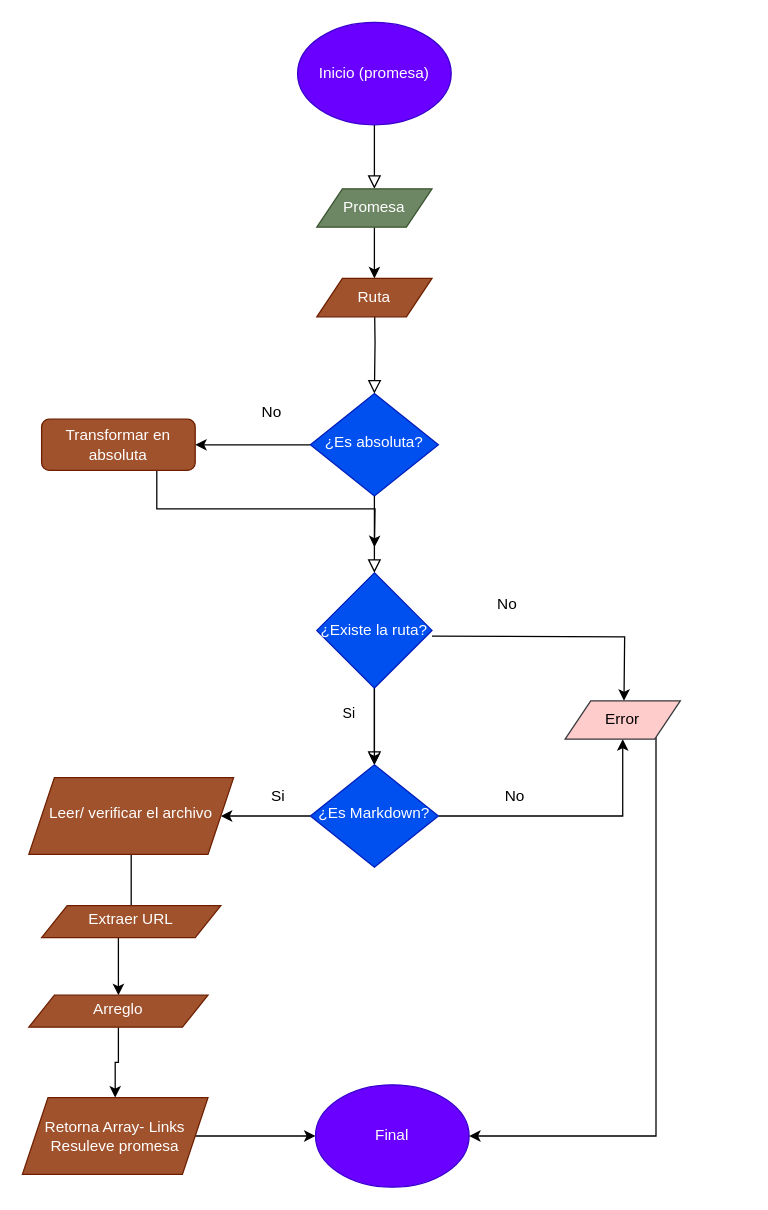
Earlier version of the draw.io diagram Diagrama sin título.drawio (LorenaBarr/DEV010-md-links). Source tidied: cells renumbered, new cells numbered last; positions are measured from the earlier drawing's top-left corner, leaving out a move shared by most shapes. Both pictures are drawn from the tidied source at 128%, with x=0, y=0 at pixel (22, 22).
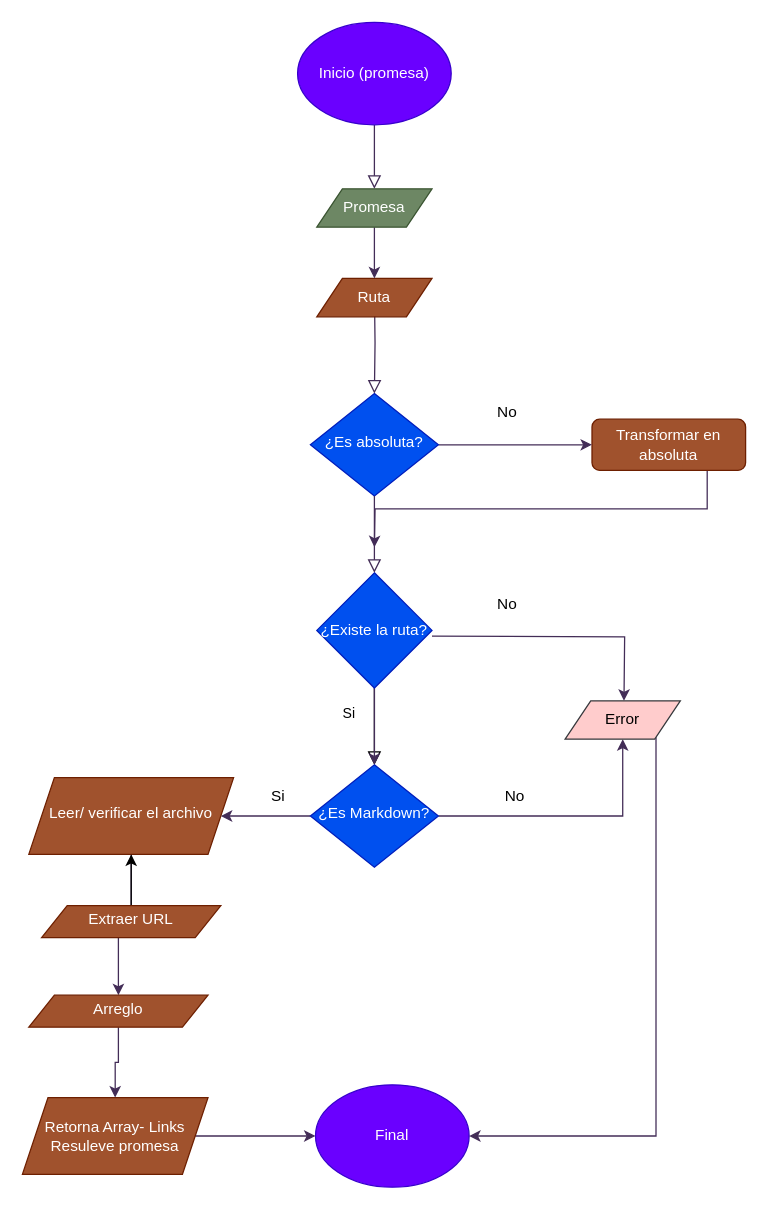
After the change.

Unchanged cells that the change refers to:
```xml
<mxCell id="8" value="¿Es absoluta?" style="rhombus;whiteSpace=wrap;html=1;shadow=0;fontFamily=Helvetica;fontSize=12;align=center;strokeWidth=1;spacing=6;spacingTop=-4;fillColor=#0050ef;fontColor=#ffffff;strokeColor=#001DBC;" parent="1" vertex="1">
  <mxGeometry x="225" y="290" width="100" height="80" as="geometry" />
</mxCell>
<mxCell id="12" value="¿Es Markdown?" style="rhombus;whiteSpace=wrap;html=1;shadow=0;fontFamily=Helvetica;fontSize=12;align=center;strokeWidth=1;spacing=6;spacingTop=-4;fillColor=#0050ef;fontColor=#ffffff;strokeColor=#001DBC;" parent="1" vertex="1">
  <mxGeometry x="225" y="580" width="100" height="80" as="geometry" />
</mxCell>
<mxCell id="14" value="Leer/ verificar el archivo" style="shape=parallelogram;perimeter=parallelogramPerimeter;whiteSpace=wrap;html=1;fixedSize=1;shadow=0;strokeWidth=1;spacing=6;spacingTop=-4;rounded=0;fillColor=#a0522d;fontColor=#ffffff;strokeColor=#6D1F00;" parent="1" vertex="1">
  <mxGeometry x="5" y="590" width="160" height="60" as="geometry" />
</mxCell>
<mxCell id="16" value="Retorna Array- Links&lt;br&gt;Resuleve promesa" style="shape=parallelogram;perimeter=parallelogramPerimeter;whiteSpace=wrap;html=1;fixedSize=1;fillColor=#a0522d;fontColor=#ffffff;strokeColor=#6D1F00;" parent="1" vertex="1">
  <mxGeometry y="840" width="145" height="60" as="geometry" />
</mxCell>
<mxCell id="18" value="Ruta" style="shape=parallelogram;perimeter=parallelogramPerimeter;whiteSpace=wrap;html=1;fixedSize=1;fillColor=#a0522d;fontColor=#ffffff;strokeColor=#6D1F00;" parent="1" vertex="1">
  <mxGeometry x="230" y="200" width="90" height="30" as="geometry" />
</mxCell>
<mxCell id="19" value="Final" style="ellipse;whiteSpace=wrap;html=1;fillColor=#6a00ff;fontColor=#ffffff;strokeColor=#3700CC;" parent="1" vertex="1">
  <mxGeometry x="229" y="830" width="120" height="80" as="geometry" />
</mxCell>
<mxCell id="21" value="Promesa" style="shape=parallelogram;perimeter=parallelogramPerimeter;whiteSpace=wrap;html=1;fixedSize=1;fillColor=#6d8764;fontColor=#ffffff;strokeColor=#3A5431;" parent="1" vertex="1">
  <mxGeometry x="230" y="130" width="90" height="30" as="geometry" />
</mxCell>
<mxCell id="27" value="Error" style="shape=parallelogram;perimeter=parallelogramPerimeter;whiteSpace=wrap;html=1;fixedSize=1;fillColor=#ffcccc;strokeColor=#36393d;" parent="1" vertex="1">
  <mxGeometry x="424" y="530" width="90" height="30" as="geometry" />
</mxCell>
<mxCell id="29" value="Extraer URL" style="shape=parallelogram;perimeter=parallelogramPerimeter;whiteSpace=wrap;html=1;fixedSize=1;shadow=0;strokeWidth=1;spacing=6;spacingTop=-4;rounded=0;fillColor=#a0522d;fontColor=#ffffff;strokeColor=#6D1F00;" parent="1" vertex="1">
  <mxGeometry x="15" y="690" width="140" height="25" as="geometry" />
</mxCell>
<mxCell id="31" value="¿Existe la ruta?" style="rhombus;whiteSpace=wrap;html=1;fillColor=#0050ef;fontColor=#ffffff;strokeColor=#001DBC;" parent="1" vertex="1">
  <mxGeometry x="230" y="430" width="90" height="90" as="geometry" />
</mxCell>
<mxCell id="33" value="Arreglo" style="shape=parallelogram;perimeter=parallelogramPerimeter;whiteSpace=wrap;html=1;fixedSize=1;shadow=0;strokeWidth=1;spacing=6;spacingTop=-4;rounded=0;fillColor=#a0522d;fontColor=#ffffff;strokeColor=#6D1F00;" parent="1" vertex="1">
  <mxGeometry x="5" y="760" width="140" height="25" as="geometry" />
</mxCell>
```

The edit, as a diff of the source:
```diff
@@
-    <mxCell id="2" style="rounded=0;html=1;jettySize=auto;orthogonalLoop=1;fontSize=11;endArrow=block;endFill=0;endSize=8;strokeWidth=1;shadow=0;labelBackgroundColor=none;edgeStyle=orthogonalEdgeStyle;" parent="1" edge="1">
+    <mxCell id="2" style="rounded=0;html=1;jettySize=auto;orthogonalLoop=1;fontSize=11;endArrow=block;endFill=0;endSize=8;strokeWidth=1;shadow=0;labelBackgroundColor=none;edgeStyle=orthogonalEdgeStyle;fillColor=#76608a;strokeColor=#432D57;" parent="1" edge="1">
       <mxGeometry relative="1" as="geometry">
         <mxPoint x="275" y="80" as="sourcePoint" />
         <mxPoint x="275" y="130" as="targetPoint" />
       </mxGeometry>
     </mxCell>
-    <mxCell id="3" style="rounded=0;html=1;jettySize=auto;fontSize=11;endArrow=block;endFill=0;endSize=8;strokeWidth=1;shadow=0;labelBackgroundColor=none;edgeStyle=orthogonalEdgeStyle;" parent="1" edge="1" target="8">
+    <mxCell id="3" style="rounded=0;html=1;jettySize=auto;fontSize=11;endArrow=block;endFill=0;endSize=8;strokeWidth=1;shadow=0;labelBackgroundColor=none;edgeStyle=orthogonalEdgeStyle;fillColor=#76608a;strokeColor=#432D57;" parent="1" edge="1" target="8">
       <mxGeometry x="1" y="269" relative="1" as="geometry">
         <mxPoint x="275" y="210" as="sourcePoint" />
         <mxPoint x="-199" y="260" as="offset" />
       </mxGeometry>
     </mxCell>
-    <mxCell id="4" style="edgeStyle=orthogonalEdgeStyle;rounded=0;jettySize=auto;html=1;exitX=0.75;exitY=1;exitDx=0;exitDy=0;" parent="1" edge="1" source="5">
+    <mxCell id="4" style="edgeStyle=orthogonalEdgeStyle;rounded=0;jettySize=auto;html=1;exitX=0.75;exitY=1;exitDx=0;exitDy=0;fillColor=#76608a;strokeColor=#432D57;" parent="1" edge="1" source="5">
       <mxGeometry relative="1" as="geometry">
         <mxPoint x="275" y="410" as="targetPoint" />
       </mxGeometry>
     </mxCell>
     <mxCell id="5" value="Transformar en absoluta" style="rounded=1;whiteSpace=wrap;html=1;fontSize=12;glass=0;strokeWidth=1;shadow=0;fillColor=#a0522d;fontColor=#ffffff;strokeColor=#6D1F00;" parent="1" vertex="1">
-      <mxGeometry x="15" y="310" width="120" height="40" as="geometry" />
+      <mxGeometry x="445" y="310" width="120" height="40" as="geometry" />
     </mxCell>
@@
-    <mxCell id="7" style="edgeStyle=orthogonalEdgeStyle;rounded=0;jettySize=auto;html=1;" parent="1" edge="1" source="8" target="5">
+    <mxCell id="7" style="edgeStyle=orthogonalEdgeStyle;rounded=0;jettySize=auto;html=1;fillColor=#76608a;strokeColor=#432D57;" parent="1" edge="1" source="8" target="5">
       <mxGeometry relative="1" as="geometry" />
     </mxCell>
@@
-    <mxCell id="9" style="edgeStyle=orthogonalEdgeStyle;rounded=0;orthogonalLoop=1;jettySize=auto;html=1;" parent="1" edge="1">
+    <mxCell id="9" style="edgeStyle=orthogonalEdgeStyle;rounded=0;orthogonalLoop=1;jettySize=auto;html=1;fillColor=#76608a;strokeColor=#432D57;" parent="1" edge="1">
       <mxGeometry relative="1" as="geometry">
         <mxPoint x="320" y="479.5" as="sourcePoint" />
         <mxPoint x="470" y="530" as="targetPoint" />
       </mxGeometry>
     </mxCell>
-    <mxCell id="10" style="edgeStyle=orthogonalEdgeStyle;rounded=0;jettySize=auto;html=1;entryX=0.5;entryY=1;entryDx=0;entryDy=0;" parent="1" edge="1" source="12" target="27">
+    <mxCell id="10" style="edgeStyle=orthogonalEdgeStyle;rounded=0;jettySize=auto;html=1;entryX=0.5;entryY=1;entryDx=0;entryDy=0;fillColor=#76608a;strokeColor=#432D57;" parent="1" edge="1" source="12" target="27">
       <mxGeometry relative="1" as="geometry" />
     </mxCell>
-    <mxCell id="11" style="edgeStyle=orthogonalEdgeStyle;rounded=0;jettySize=auto;html=1;" parent="1" edge="1" source="12" target="14">
+    <mxCell id="11" style="edgeStyle=orthogonalEdgeStyle;rounded=0;jettySize=auto;html=1;fillColor=#76608a;strokeColor=#432D57;" parent="1" edge="1" source="12" target="14">
       <mxGeometry relative="1" as="geometry" />
     </mxCell>
@@
-    <mxCell id="13" style="edgeStyle=orthogonalEdgeStyle;rounded=0;jettySize=auto;html=1;" parent="1" edge="1" source="14" target="33">
+    <mxCell id="13" style="edgeStyle=orthogonalEdgeStyle;rounded=0;jettySize=auto;html=1;fillColor=#76608a;strokeColor=#432D57;" parent="1" edge="1" source="14" target="33">
       <mxGeometry relative="1" as="geometry" />
     </mxCell>
@@
-    <mxCell id="15" style="edgeStyle=orthogonalEdgeStyle;rounded=0;jettySize=auto;html=1;" parent="1" edge="1" source="16" target="19">
+    <mxCell id="15" style="edgeStyle=orthogonalEdgeStyle;rounded=0;jettySize=auto;html=1;fillColor=#76608a;strokeColor=#432D57;" parent="1" edge="1" source="16" target="19">
       <mxGeometry relative="1" as="geometry" />
     </mxCell>
@@
-    <mxCell id="20" style="edgeStyle=orthogonalEdgeStyle;rounded=0;jettySize=auto;html=1;" parent="1" edge="1" source="21" target="18">
+    <mxCell id="20" style="edgeStyle=orthogonalEdgeStyle;rounded=0;jettySize=auto;html=1;fillColor=#76608a;strokeColor=#432D57;" parent="1" edge="1" source="21" target="18">
       <mxGeometry relative="1" as="geometry" />
     </mxCell>
@@
     <mxCell id="22" value="No" style="text;html=1;strokeColor=none;fillColor=none;align=center;verticalAlign=middle;whiteSpace=wrap;rounded=0;" parent="1" vertex="1">
-      <mxGeometry x="165" y="290" width="60" height="30" as="geometry" />
+      <mxGeometry x="349" y="290" width="60" height="30" as="geometry" />
     </mxCell>
@@
-    <mxCell id="24" style="edgeStyle=orthogonalEdgeStyle;rounded=0;jettySize=auto;html=1;" parent="1" edge="1" source="31" target="12">
+    <mxCell id="24" style="edgeStyle=orthogonalEdgeStyle;rounded=0;jettySize=auto;html=1;fillColor=#76608a;strokeColor=#432D57;" parent="1" edge="1" source="31" target="12">
       <mxGeometry relative="1" as="geometry" />
     </mxCell>
@@
-    <mxCell id="26" style="edgeStyle=orthogonalEdgeStyle;rounded=0;jettySize=auto;html=1;entryX=1;entryY=0.5;entryDx=0;entryDy=0;" parent="1" edge="1" source="27" target="19">
+    <mxCell id="26" style="edgeStyle=orthogonalEdgeStyle;rounded=0;jettySize=auto;html=1;entryX=1;entryY=0.5;entryDx=0;entryDy=0;fillColor=#76608a;strokeColor=#432D57;" parent="1" edge="1" source="27" target="19">
       <mxGeometry relative="1" as="geometry">
         <Array as="points">
           <mxPoint x="495" y="870" />
         </Array>
       </mxGeometry>
     </mxCell>
@@
+    <mxCell id="34" style="edgeStyle=orthogonalEdgeStyle;rounded=0;jettySize=auto;html=1;" parent="1" edge="1" source="29" target="14">
+      <mxGeometry relative="1" as="geometry" />
+    </mxCell>
@@
-    <mxCell id="30" style="rounded=0;html=1;jettySize=auto;fontSize=11;endArrow=block;endFill=0;endSize=8;strokeWidth=1;shadow=0;labelBackgroundColor=none;edgeStyle=orthogonalEdgeStyle;" parent="1" edge="1" source="8" target="31">
+    <mxCell id="30" style="rounded=0;html=1;jettySize=auto;fontSize=11;endArrow=block;endFill=0;endSize=8;strokeWidth=1;shadow=0;labelBackgroundColor=none;edgeStyle=orthogonalEdgeStyle;fillColor=#76608a;strokeColor=#432D57;" parent="1" edge="1" source="8" target="31">
       <mxGeometry x="0.13" y="20" relative="1" as="geometry" />
     </mxCell>
@@
-    <mxCell id="32" style="edgeStyle=orthogonalEdgeStyle;rounded=0;jettySize=auto;html=1;" parent="1" edge="1" source="33" target="16">
+    <mxCell id="32" style="edgeStyle=orthogonalEdgeStyle;rounded=0;jettySize=auto;html=1;fillColor=#76608a;strokeColor=#432D57;" parent="1" edge="1" source="33" target="16">
       <mxGeometry relative="1" as="geometry" />
     </mxCell>
```
